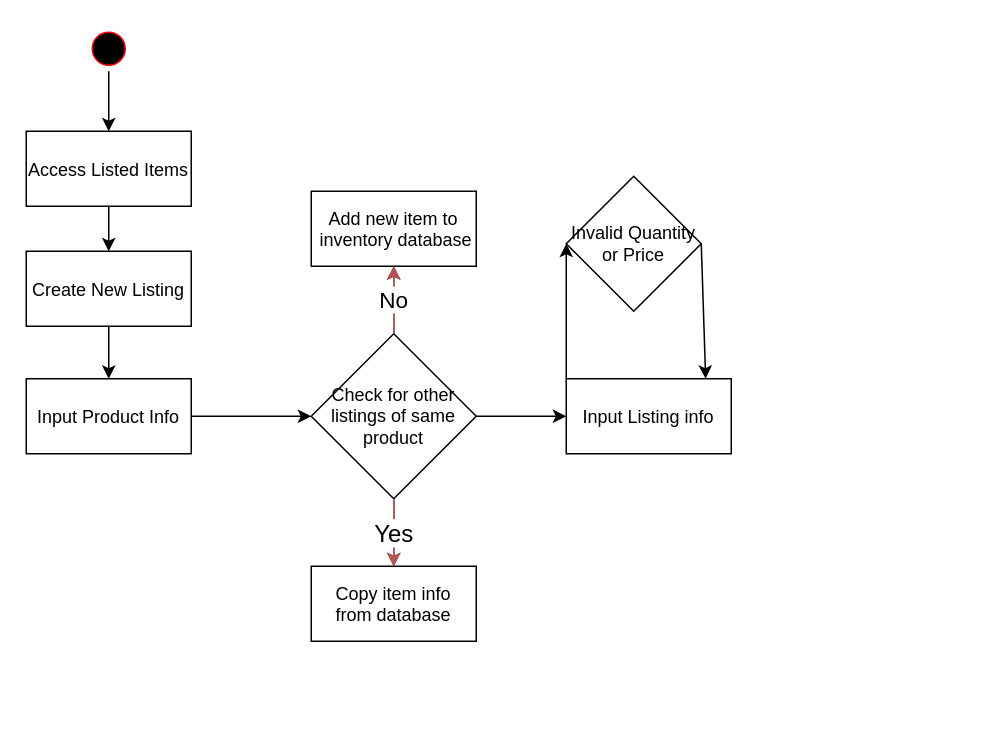
Earlier version of the draw.io diagram activityDiagramXMLS/Activitydiegram_seller1.drawio (adl409/SE-project-Group-5). Source tidied: cells renumbered, new cells numbered last; positions are measured from the earlier drawing's top-left corner, leaving out a move shared by most shapes. Both pictures are drawn from the tidied source at 150%, with x=0, y=0 at pixel (26, 26).
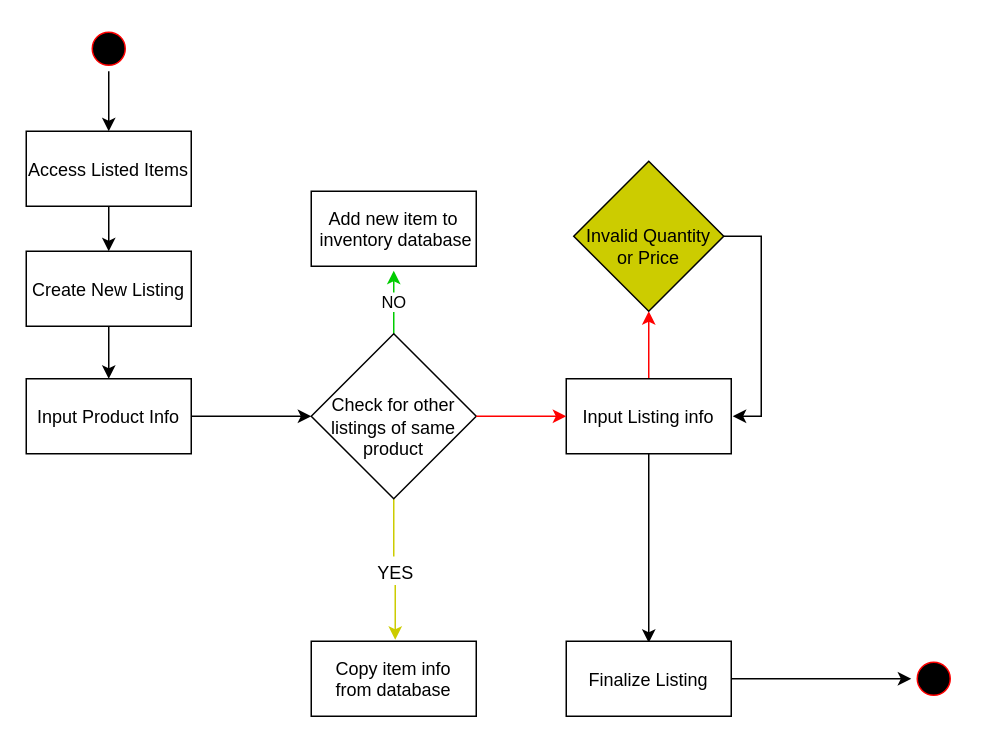
After the change.

The change refers to these unchanged cells:
```xml
<mxCell id="2" style="ellipse;shape=startState;fillColor=#000000;strokeColor=#ff0000;" parent="1" vertex="1">
  <mxGeometry x="40" width="30" height="30" as="geometry" />
</mxCell>
<mxCell id="3" value="Access Listed Items" parent="1" vertex="1">
  <mxGeometry y="70" width="110" height="50" as="geometry" />
</mxCell>
<mxCell id="4" value="Create New Listing" parent="1" vertex="1">
  <mxGeometry y="150" width="110" height="50" as="geometry" />
</mxCell>
<mxCell id="8" value="Input Product Info" parent="1" vertex="1">
  <mxGeometry y="235" width="110" height="50" as="geometry" />
</mxCell>
<mxCell id="10" value="Add new item to&#10; inventory database" parent="1" vertex="1">
  <mxGeometry x="190" y="110" width="110" height="50" as="geometry" />
</mxCell>
<mxCell id="16" value="Input Listing info" parent="1" vertex="1">
  <mxGeometry x="360" y="235" width="110" height="50" as="geometry" />
</mxCell>
```

What changed in the source:
```diff
@@
+    <mxCell id="19" style="endArrow=classic;html=1;rounded=0;fontSize=16;exitX=0.5;exitY=1;exitDx=0;exitDy=0;entryX=0.5;entryY=0;entryDx=0;entryDy=0;" parent="1" edge="1" source="2" target="3">
+      <mxGeometry relative="1" as="geometry" />
+    </mxCell>
+    <mxCell id="12" style="endArrow=classic;html=1;rounded=0;exitX=0.5;exitY=1;exitDx=0;exitDy=0;" parent="1" edge="1" source="3" target="4">
+      <mxGeometry relative="1" as="geometry" />
+    </mxCell>
+    <mxCell id="11" style="endArrow=classic;html=1;rounded=0;exitX=1;exitY=0.5;exitDx=0;exitDy=0;entryX=0;entryY=0.5;entryDx=0;entryDy=0;" parent="1" edge="1" source="8" target="7">
+      <mxGeometry relative="1" as="geometry" />
+    </mxCell>
+    <mxCell id="13" style="endArrow=classic;html=1;rounded=0;exitX=0.5;exitY=1;exitDx=0;exitDy=0;entryX=0.5;entryY=0;entryDx=0;entryDy=0;" parent="1" edge="1" source="4" target="8">
+      <mxGeometry relative="1" as="geometry" />
+    </mxCell>
@@
-    <mxCell id="5" style="edgeStyle=orthogonalEdgeStyle;rounded=0;jettySize=auto;html=1;" parent="1" edge="1" source="7" target="10">
-      <mxGeometry relative="1" as="geometry" />
-    </mxCell>
-    <mxCell id="6" style="edgeStyle=orthogonalEdgeStyle;rounded=0;jettySize=auto;html=1;fontSize=16;" parent="1" edge="1" source="7" target="9">
+    <mxCell id="6" value="&lt;font style=&quot;font-size: 12px;&quot;&gt;YES&lt;/font&gt;" style="edgeStyle=orthogonalEdgeStyle;rounded=0;jettySize=auto;html=1;fontSize=16;strokeColor=#CCCC00;entryX=0.509;entryY=-0.02;entryDx=0;entryDy=0;entryPerimeter=0;" parent="1" edge="1" source="7" target="9">
       <mxGeometry relative="1" as="geometry" />
     </mxCell>
+    <mxCell id="22" value="NO" style="edgeStyle=orthogonalEdgeStyle;rounded=0;jettySize=auto;html=1;entryX=0.5;entryY=1.06;entryDx=0;entryDy=0;entryPerimeter=0;strokeColor=#00CC00;" parent="1" edge="1" source="7" target="10">
+      <mxGeometry relative="1" as="geometry" />
+    </mxCell>
-    <mxCell id="7" value="Check for other listings of same product" style="rhombus;whiteSpace=wrap;html=1;fillColor=rgb(255, 255, 255);" parent="1" vertex="1">
+    <mxCell id="7" value="&lt;div&gt;&lt;br&gt;&lt;/div&gt;&lt;div&gt;Check for other listings of same product&lt;/div&gt;" style="rhombus;whiteSpace=wrap;html=1;fillColor=rgb(255, 255, 255);" parent="1" vertex="1">
       <mxGeometry x="190" y="205" width="110" height="110" as="geometry" />
     </mxCell>
@@
     <mxCell id="9" value="Copy item info&#10;from database" parent="1" vertex="1">
-      <mxGeometry x="190" y="360" width="110" height="50" as="geometry" />
+      <mxGeometry x="190" y="410" width="110" height="50" as="geometry" />
     </mxCell>
@@
-    <mxCell id="11" style="endArrow=classic;html=1;rounded=0;exitX=1;exitY=0.5;exitDx=0;exitDy=0;entryX=0;entryY=0.5;entryDx=0;entryDy=0;" parent="1" edge="1" source="8" target="7">
-      <mxGeometry relative="1" as="geometry" />
-    </mxCell>
-    <mxCell id="12" style="endArrow=classic;html=1;rounded=0;exitX=0.5;exitY=1;exitDx=0;exitDy=0;" parent="1" edge="1" source="3" target="4">
-      <mxGeometry relative="1" as="geometry" />
-    </mxCell>
-    <mxCell id="13" style="endArrow=classic;html=1;rounded=0;exitX=0.5;exitY=1;exitDx=0;exitDy=0;entryX=0.5;entryY=0;entryDx=0;entryDy=0;" parent="1" edge="1" source="4" target="8">
-      <mxGeometry relative="1" as="geometry" />
-    </mxCell>
-    <mxCell id="14" value="Yes" style="endArrow=classic;html=1;rounded=0;exitX=0.5;exitY=1;exitDx=0;exitDy=0;entryX=0.5;entryY=0;entryDx=0;entryDy=0;fontSize=16;fillColor=#f8cecc;strokeColor=#b85450;" parent="1" edge="1" source="7" target="9">
-      <mxGeometry x="0.03" relative="1" as="geometry" />
-    </mxCell>
-    <mxCell id="15" value="No" style="endArrow=classic;html=1;rounded=0;exitX=0.5;exitY=0;exitDx=0;exitDy=0;entryX=0.5;entryY=1;entryDx=0;entryDy=0;fillColor=#f8cecc;strokeColor=#b85450;fontSize=15;" parent="1" edge="1" source="7" target="10">
-      <mxGeometry relative="1" as="geometry" />
-    </mxCell>
+    <mxCell id="20" style="edgeStyle=orthogonalEdgeStyle;rounded=0;jettySize=auto;html=1;entryX=0.5;entryY=1;entryDx=0;entryDy=0;strokeColor=#FF0000;" parent="1" edge="1" source="16" target="18">
+      <mxGeometry relative="1" as="geometry" />
+    </mxCell>
+    <mxCell id="23" style="edgeStyle=orthogonalEdgeStyle;rounded=0;jettySize=auto;html=1;entryX=0.5;entryY=0.02;entryDx=0;entryDy=0;entryPerimeter=0;" parent="1" edge="1" source="16" target="25">
+      <mxGeometry relative="1" as="geometry" />
+    </mxCell>
@@
-    <mxCell id="17" style="endArrow=classic;html=1;rounded=0;fontSize=16;exitX=1;exitY=0.5;exitDx=0;exitDy=0;entryX=0;entryY=0.5;entryDx=0;entryDy=0;" parent="1" edge="1" source="7" target="16">
-      <mxGeometry relative="1" as="geometry" />
+    <mxCell id="17" style="endArrow=classic;html=1;rounded=0;fontSize=16;exitX=1;exitY=0.5;exitDx=0;exitDy=0;strokeColor=#FF0000;" parent="1" edge="1" source="7">
+      <mxGeometry relative="1" as="geometry">
+        <mxPoint x="360" y="260" as="targetPoint" />
+      </mxGeometry>
     </mxCell>
+    <mxCell id="21" style="edgeStyle=orthogonalEdgeStyle;rounded=0;jettySize=auto;html=1;entryX=1.009;entryY=0.5;entryDx=0;entryDy=0;entryPerimeter=0;exitX=1;exitY=0.5;exitDx=0;exitDy=0;" parent="1" edge="1" source="18" target="16">
+      <mxGeometry relative="1" as="geometry">
+        <Array as="points">
+          <mxPoint x="490" y="140" />
+          <mxPoint x="490" y="260" />
+        </Array>
+      </mxGeometry>
+    </mxCell>
-    <mxCell id="18" value="Invalid Quantity&lt;br&gt;or Price" style="rhombus;whiteSpace=wrap;html=1;fillColor=rgb(255, 255, 255);" parent="1" vertex="1">
-      <mxGeometry x="360" y="100" width="90" height="90" as="geometry" />
+    <mxCell id="18" value="&lt;div&gt;&lt;br&gt;&lt;/div&gt;&lt;div&gt;Invalid Quantity &lt;br&gt;&lt;/div&gt;&lt;div&gt;or Price&lt;/div&gt;" style="rhombus;whiteSpace=wrap;html=1;fillColor=#CCCC00;strokeColor=#000000;" parent="1" vertex="1">
+      <mxGeometry x="365" y="90" width="100" height="100" as="geometry" />
     </mxCell>
-    <mxCell id="19" style="endArrow=classic;html=1;rounded=0;fontSize=16;exitX=0.5;exitY=1;exitDx=0;exitDy=0;entryX=0.5;entryY=0;entryDx=0;entryDy=0;" parent="1" edge="1" source="2" target="3">
-      <mxGeometry relative="1" as="geometry" />
-    </mxCell>
-    <mxCell id="20" style="endArrow=classic;html=1;rounded=0;fontSize=16;exitX=0;exitY=0;exitDx=0;exitDy=0;entryX=0;entryY=0.5;entryDx=0;entryDy=0;" parent="1" edge="1" source="16" target="18">
-      <mxGeometry relative="1" as="geometry" />
-    </mxCell>
-    <mxCell id="21" style="endArrow=classic;html=1;rounded=0;fontSize=16;exitX=1;exitY=0.5;exitDx=0;exitDy=0;entryX=0.845;entryY=0;entryDx=0;entryDy=0;entryPerimeter=0;" parent="1" edge="1" source="18" target="16">
-      <mxGeometry relative="1" as="geometry" />
-    </mxCell>
+    <mxCell id="24" style="edgeStyle=orthogonalEdgeStyle;rounded=0;jettySize=auto;html=1;entryX=0;entryY=0.5;entryDx=0;entryDy=0;" parent="1" edge="1" source="25" target="26">
+      <mxGeometry relative="1" as="geometry" />
+    </mxCell>
+    <mxCell id="25" value="Finalize Listing" style="fillColor=rgb(255, 255, 255);strokeColor=rgb(0, 0, 0);fontColor=rgb(0, 0, 0);" parent="1" vertex="1">
+      <mxGeometry x="360" y="410" width="110" height="50" as="geometry" />
+    </mxCell>
+    <mxCell id="26" style="ellipse;shape=startState;fillColor=#000000;strokeColor=#ff0000;" parent="1" vertex="1">
+      <mxGeometry x="590" y="420" width="30" height="30" as="geometry" />
+    </mxCell>
```
